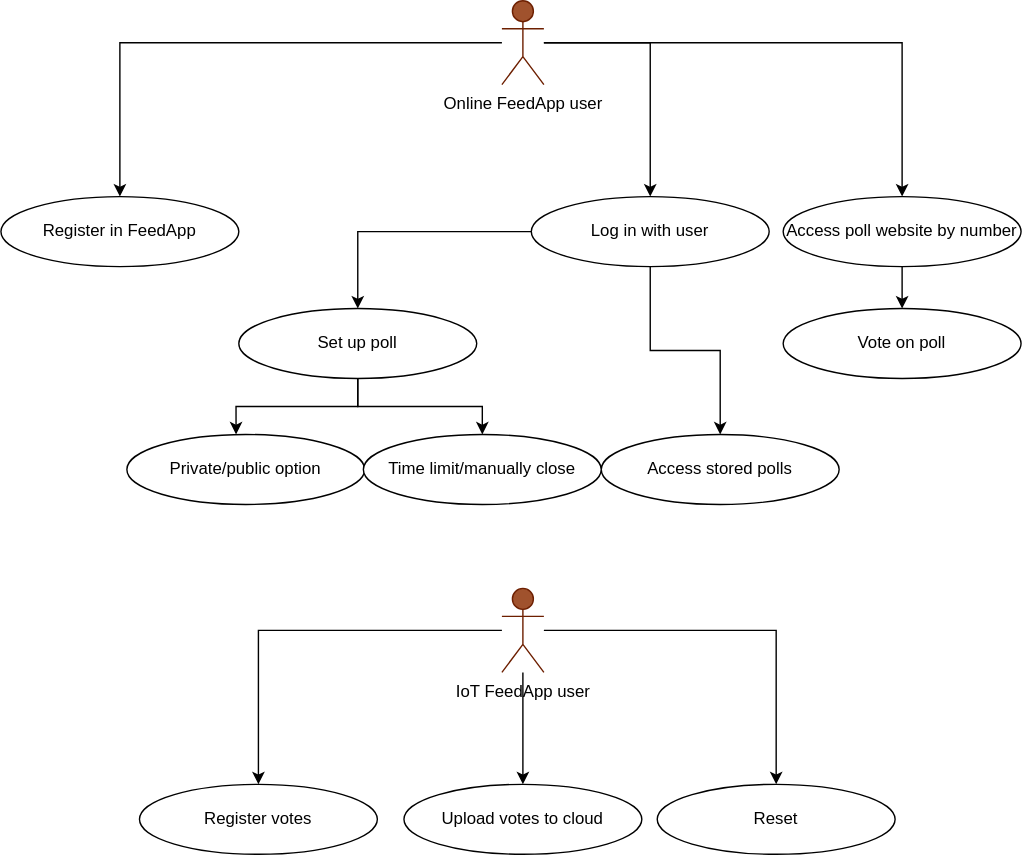
Earlier version of the draw.io export UseCaseDiagram.svg (oyjoh/DAT250-FeedApp-Project). Source tidied: cells renumbered, new cells last; positions are measured from the earlier drawing's top-left corner, leaving out a move shared by most shapes. Source of this version:
```xml
<mxGraphModel>
  <root>
    <mxCell id="0" />
    <mxCell id="1" parent="0" />
    <mxCell id="2" style="edgeStyle=orthogonalEdgeStyle;rounded=0;jettySize=auto;html=1;" parent="1" edge="1" source="5" target="18">
      <mxGeometry relative="1" as="geometry">
        <Array as="points">
          <mxPoint x="464" y="30" />
        </Array>
      </mxGeometry>
    </mxCell>
    <mxCell id="3" style="edgeStyle=orthogonalEdgeStyle;rounded=0;jettySize=auto;html=1;entryX=0.5;entryY=0;entryDx=0;entryDy=0;" parent="1" edge="1" source="5" target="12">
      <mxGeometry relative="1" as="geometry" />
    </mxCell>
    <mxCell id="4" style="edgeStyle=orthogonalEdgeStyle;rounded=0;jettySize=auto;html=1;" parent="1" edge="1" source="5" target="6">
      <mxGeometry relative="1" as="geometry" />
    </mxCell>
    <mxCell id="5" value="&lt;font color=&quot;#000000&quot;&gt;Online FeedApp user&lt;/font&gt;" style="shape=umlActor;verticalLabelPosition=bottom;verticalAlign=top;html=1;outlineConnect=0;fillColor=#a0522d;strokeColor=#6D1F00;fontColor=#ffffff;" parent="1" vertex="1">
      <mxGeometry x="358" width="30" height="60" as="geometry" />
    </mxCell>
    <mxCell id="6" value="Register in FeedApp" style="ellipse;whiteSpace=wrap;html=1;" parent="1" vertex="1">
      <mxGeometry y="140" width="170" height="50" as="geometry" />
    </mxCell>
    <mxCell id="7" style="edgeStyle=orthogonalEdgeStyle;rounded=0;jettySize=auto;html=1;exitX=0.5;exitY=1;exitDx=0;exitDy=0;entryX=0.459;entryY=0;entryDx=0;entryDy=0;entryPerimeter=0;" parent="1" edge="1" source="9" target="14">
      <mxGeometry relative="1" as="geometry" />
    </mxCell>
    <mxCell id="8" style="edgeStyle=orthogonalEdgeStyle;rounded=0;jettySize=auto;html=1;entryX=0.5;entryY=0;entryDx=0;entryDy=0;" parent="1" edge="1" source="9" target="15">
      <mxGeometry relative="1" as="geometry" />
    </mxCell>
    <mxCell id="9" value="Set up poll&lt;span style=&quot;color: rgba(0 , 0 , 0 , 0) ; font-family: monospace ; font-size: 0px&quot;&gt;%3CmxGraphModel%3E%3Croot%3E%3CmxCell%20id%3D%220%22%2F%3E%3CmxCell%20id%3D%221%22%20parent%3D%220%22%2F%3E%3CmxCell%20id%3D%222%22%20value%3D%22Register%20in%20FeedApp%22%20style%3D%22ellipse%3BwhiteSpace%3Dwrap%3Bhtml%3D1%3B%22%20vertex%3D%221%22%20parent%3D%221%22%3E%3CmxGeometry%20x%3D%2260%22%20y%3D%22240%22%20width%3D%22170%22%20height%3D%2250%22%20as%3D%22geometry%22%2F%3E%3C%2FmxCell%3E%3C%2Froot%3E%3C%2FmxGraphModel%3E&lt;/span&gt;" style="ellipse;whiteSpace=wrap;html=1;" parent="1" vertex="1">
      <mxGeometry x="170" y="220" width="170" height="50" as="geometry" />
    </mxCell>
    <mxCell id="10" value="Access stored polls" style="ellipse;whiteSpace=wrap;html=1;" parent="1" vertex="1">
      <mxGeometry x="429" y="310" width="170" height="50" as="geometry" />
    </mxCell>
    <mxCell id="11" style="edgeStyle=orthogonalEdgeStyle;rounded=0;jettySize=auto;html=1;" parent="1" edge="1" source="12" target="13">
      <mxGeometry relative="1" as="geometry" />
    </mxCell>
    <mxCell id="12" value="Access poll website by number" style="ellipse;whiteSpace=wrap;html=1;" parent="1" vertex="1">
      <mxGeometry x="559" y="140" width="170" height="50" as="geometry" />
    </mxCell>
    <mxCell id="13" value="Vote on poll" style="ellipse;whiteSpace=wrap;html=1;" parent="1" vertex="1">
      <mxGeometry x="559" y="220" width="170" height="50" as="geometry" />
    </mxCell>
    <mxCell id="14" value="Private/public option" style="ellipse;whiteSpace=wrap;html=1;" parent="1" vertex="1">
      <mxGeometry x="90" y="310" width="170" height="50" as="geometry" />
    </mxCell>
    <mxCell id="15" value="Time limit/manually close" style="ellipse;whiteSpace=wrap;html=1;" parent="1" vertex="1">
      <mxGeometry x="259" y="310" width="170" height="50" as="geometry" />
    </mxCell>
    <mxCell id="16" style="edgeStyle=orthogonalEdgeStyle;rounded=0;jettySize=auto;html=1;" parent="1" edge="1" source="18" target="10">
      <mxGeometry relative="1" as="geometry" />
    </mxCell>
    <mxCell id="17" style="edgeStyle=orthogonalEdgeStyle;rounded=0;jettySize=auto;html=1;entryX=0.5;entryY=0;entryDx=0;entryDy=0;" parent="1" edge="1" source="18" target="9">
      <mxGeometry relative="1" as="geometry" />
    </mxCell>
    <mxCell id="18" value="Log in with user" style="ellipse;whiteSpace=wrap;html=1;" parent="1" vertex="1">
      <mxGeometry x="379" y="140" width="170" height="50" as="geometry" />
    </mxCell>
    <mxCell id="19" value="Reset" style="ellipse;whiteSpace=wrap;html=1;" parent="1" vertex="1">
      <mxGeometry x="469" y="560" width="170" height="50" as="geometry" />
    </mxCell>
    <mxCell id="20" style="edgeStyle=orthogonalEdgeStyle;rounded=0;jettySize=auto;html=1;" parent="1" edge="1" source="23" target="19">
      <mxGeometry relative="1" as="geometry" />
    </mxCell>
    <mxCell id="21" style="edgeStyle=orthogonalEdgeStyle;rounded=0;jettySize=auto;html=1;entryX=0.5;entryY=0;entryDx=0;entryDy=0;" parent="1" edge="1" source="23" target="24">
      <mxGeometry relative="1" as="geometry" />
    </mxCell>
    <mxCell id="22" style="edgeStyle=orthogonalEdgeStyle;rounded=0;jettySize=auto;html=1;entryX=0.5;entryY=0;entryDx=0;entryDy=0;" parent="1" edge="1" source="23" target="25">
      <mxGeometry relative="1" as="geometry" />
    </mxCell>
    <mxCell id="23" value="&lt;font color=&quot;#000000&quot;&gt;IoT FeedApp user&lt;br&gt;&lt;br&gt;&lt;/font&gt;" style="shape=umlActor;verticalLabelPosition=bottom;verticalAlign=top;html=1;outlineConnect=0;fillColor=#a0522d;strokeColor=#6D1F00;fontColor=#ffffff;" parent="1" vertex="1">
      <mxGeometry x="358" y="420" width="30" height="60" as="geometry" />
    </mxCell>
    <mxCell id="24" value="Register votes" style="ellipse;whiteSpace=wrap;html=1;" parent="1" vertex="1">
      <mxGeometry x="99" y="560" width="170" height="50" as="geometry" />
    </mxCell>
    <mxCell id="25" value="Upload votes to cloud" style="ellipse;whiteSpace=wrap;html=1;" parent="1" vertex="1">
      <mxGeometry x="288" y="560" width="170" height="50" as="geometry" />
    </mxCell>
  </root>
</mxGraphModel>
```
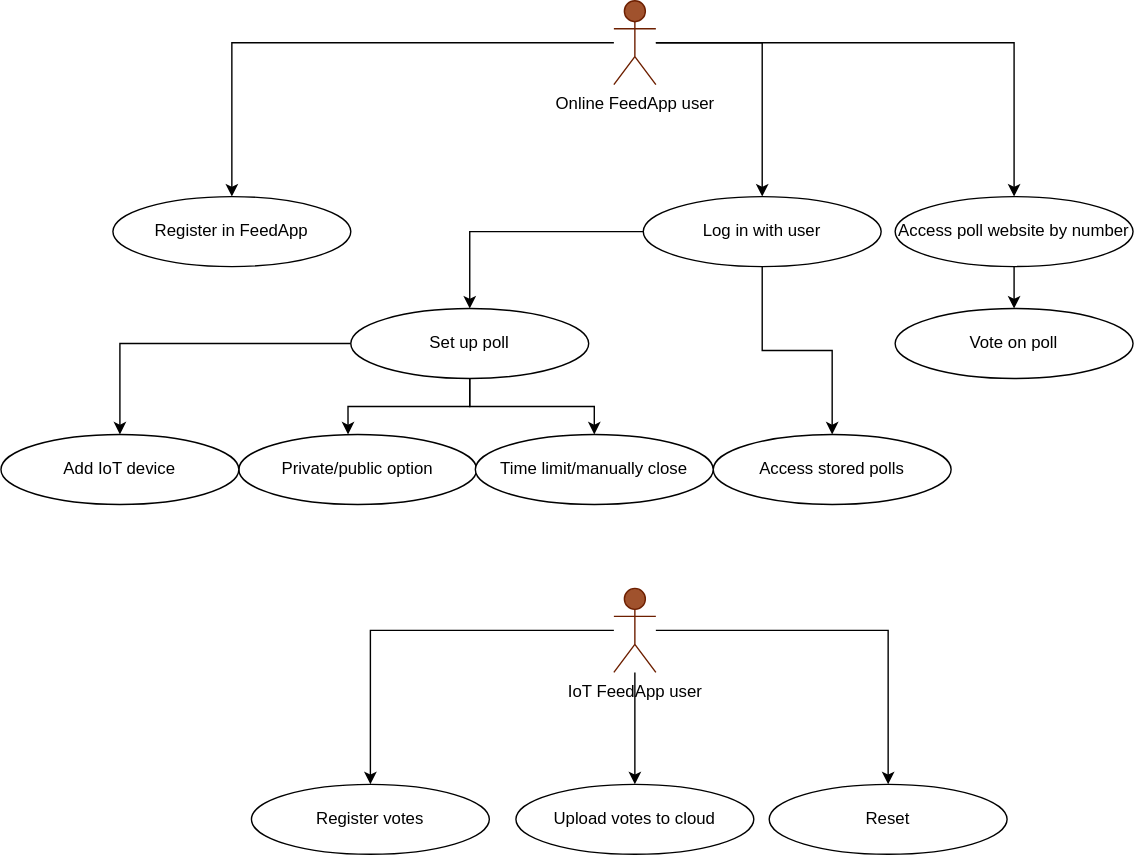
The same file after the commit.

The edit, as a diff of the source:
```diff
@@ -27,6 +27,9 @@
     <mxCell id="8" style="edgeStyle=orthogonalEdgeStyle;rounded=0;jettySize=auto;html=1;entryX=0.5;entryY=0;entryDx=0;entryDy=0;" parent="1" edge="1" source="9" target="15">
       <mxGeometry relative="1" as="geometry" />
     </mxCell>
+    <mxCell id="26" style="edgeStyle=orthogonalEdgeStyle;rounded=0;jettySize=auto;html=1;entryX=0.5;entryY=0;entryDx=0;entryDy=0;" parent="1" edge="1" source="9" target="27">
+      <mxGeometry relative="1" as="geometry" />
+    </mxCell>
     <mxCell id="9" value="Set up poll&lt;span style=&quot;color: rgba(0 , 0 , 0 , 0) ; font-family: monospace ; font-size: 0px&quot;&gt;%3CmxGraphModel%3E%3Croot%3E%3CmxCell%20id%3D%220%22%2F%3E%3CmxCell%20id%3D%221%22%20parent%3D%220%22%2F%3E%3CmxCell%20id%3D%222%22%20value%3D%22Register%20in%20FeedApp%22%20style%3D%22ellipse%3BwhiteSpace%3Dwrap%3Bhtml%3D1%3B%22%20vertex%3D%221%22%20parent%3D%221%22%3E%3CmxGeometry%20x%3D%2260%22%20y%3D%22240%22%20width%3D%22170%22%20height%3D%2250%22%20as%3D%22geometry%22%2F%3E%3C%2FmxCell%3E%3C%2Froot%3E%3C%2FmxGraphModel%3E&lt;/span&gt;" style="ellipse;whiteSpace=wrap;html=1;" parent="1" vertex="1">
       <mxGeometry x="170" y="220" width="170" height="50" as="geometry" />
     </mxCell>
@@ -78,5 +81,8 @@
     <mxCell id="25" value="Upload votes to cloud" style="ellipse;whiteSpace=wrap;html=1;" parent="1" vertex="1">
       <mxGeometry x="288" y="560" width="170" height="50" as="geometry" />
     </mxCell>
+    <mxCell id="27" value="Add IoT device" style="ellipse;whiteSpace=wrap;html=1;" parent="1" vertex="1">
+      <mxGeometry x="-80" y="310" width="170" height="50" as="geometry" />
+    </mxCell>
   </root>
 </mxGraphModel>
```
